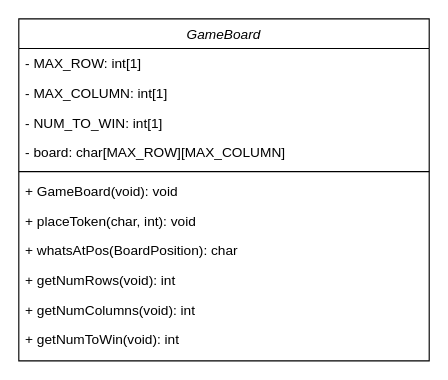
The draw.io diagram DRAW_IO/GameBoard.drawio in c-tollison/extendedConnectX, before the edit. Source tidied: cells renumbered, new cells numbered last; positions are measured from the earlier drawing's top-left corner, leaving out a move shared by most shapes. Both pictures are drawn from the tidied source at 114%, with x=0, y=0 at pixel (18, 18).
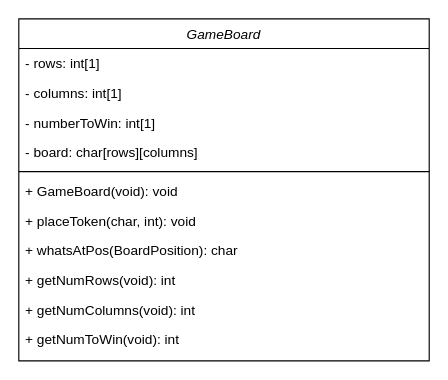
After the change.

What changed in the source:
```diff
@@
 <mxGraphModel>
   <root>
     <mxCell id="0" />
     <mxCell id="1" parent="0" />
     <mxCell id="2" value="GameBoard" style="swimlane;fontStyle=2;align=center;verticalAlign=top;horizontal=1;startSize=26;rounded=0;shadow=0;strokeWidth=1;" parent="1" vertex="1">
       <mxGeometry width="360" height="300" as="geometry" />
     </mxCell>
-    <mxCell id="3" value="- MAX_ROW: int[1] " style="text;align=left;verticalAlign=top;spacingLeft=4;spacingRight=4;overflow=hidden;" parent="2" vertex="1">
+    <mxCell id="3" value="- rows: int[1] " style="text;align=left;verticalAlign=top;spacingLeft=4;spacingRight=4;overflow=hidden;" parent="2" vertex="1">
       <mxGeometry y="26" width="360" height="26" as="geometry" />
     </mxCell>
-    <mxCell id="4" value="- MAX_COLUMN: int[1] " style="text;align=left;verticalAlign=top;spacingLeft=4;spacingRight=4;overflow=hidden;" parent="2" vertex="1">
+    <mxCell id="4" value="- columns: int[1] " style="text;align=left;verticalAlign=top;spacingLeft=4;spacingRight=4;overflow=hidden;" parent="2" vertex="1">
       <mxGeometry y="52" width="360" height="26" as="geometry" />
     </mxCell>
-    <mxCell id="5" value="- NUM_TO_WIN: int[1]" style="text;align=left;verticalAlign=top;spacingLeft=4;spacingRight=4;overflow=hidden;" parent="2" vertex="1">
+    <mxCell id="5" value="- numberToWin: int[1]" style="text;align=left;verticalAlign=top;spacingLeft=4;spacingRight=4;overflow=hidden;" parent="2" vertex="1">
       <mxGeometry y="78" width="360" height="26" as="geometry" />
     </mxCell>
-    <mxCell id="6" value="- board: char[MAX_ROW][MAX_COLUMN] " style="text;align=left;verticalAlign=top;spacingLeft=4;spacingRight=4;overflow=hidden;" parent="2" vertex="1">
+    <mxCell id="6" value="- board: char[rows][columns] " style="text;align=left;verticalAlign=top;spacingLeft=4;spacingRight=4;overflow=hidden;" parent="2" vertex="1">
       <mxGeometry y="104" width="360" height="26" as="geometry" />
     </mxCell>
     <mxCell id="7" style="line;html=1;strokeWidth=1;align=left;verticalAlign=middle;spacingTop=-1;spacingLeft=3;spacingRight=3;labelPosition=right;" parent="2" vertex="1">
       <mxGeometry y="130" width="360" height="8" as="geometry" />
     </mxCell>
     <mxCell id="8" value="+ GameBoard(void): void" style="text;align=left;verticalAlign=top;spacingLeft=4;spacingRight=4;overflow=hidden;" parent="2" vertex="1">
       <mxGeometry y="138" width="360" height="26" as="geometry" />
     </mxCell>
     <mxCell id="9" value="+ placeToken(char, int): void" style="text;align=left;verticalAlign=top;spacingLeft=4;spacingRight=4;overflow=hidden;" parent="2" vertex="1">
       <mxGeometry y="164" width="360" height="26" as="geometry" />
     </mxCell>
     <mxCell id="10" value="+ whatsAtPos(BoardPosition): char" style="text;align=left;verticalAlign=top;spacingLeft=4;spacingRight=4;overflow=hidden;" parent="2" vertex="1">
       <mxGeometry y="190" width="360" height="26" as="geometry" />
     </mxCell>
     <mxCell id="11" value="+ getNumRows(void): int" style="text;align=left;verticalAlign=top;spacingLeft=4;spacingRight=4;overflow=hidden;" parent="2" vertex="1">
       <mxGeometry y="216" width="360" height="26" as="geometry" />
     </mxCell>
     <mxCell id="12" value="+ getNumColumns(void): int" style="text;align=left;verticalAlign=top;spacingLeft=4;spacingRight=4;overflow=hidden;" parent="2" vertex="1">
       <mxGeometry y="242" width="360" height="26" as="geometry" />
     </mxCell>
     <mxCell id="13" value="+ getNumToWin(void): int" style="text;align=left;verticalAlign=top;spacingLeft=4;spacingRight=4;overflow=hidden;" parent="2" vertex="1">
       <mxGeometry y="268" width="360" height="26" as="geometry" />
     </mxCell>
   </root>
 </mxGraphModel>
```
